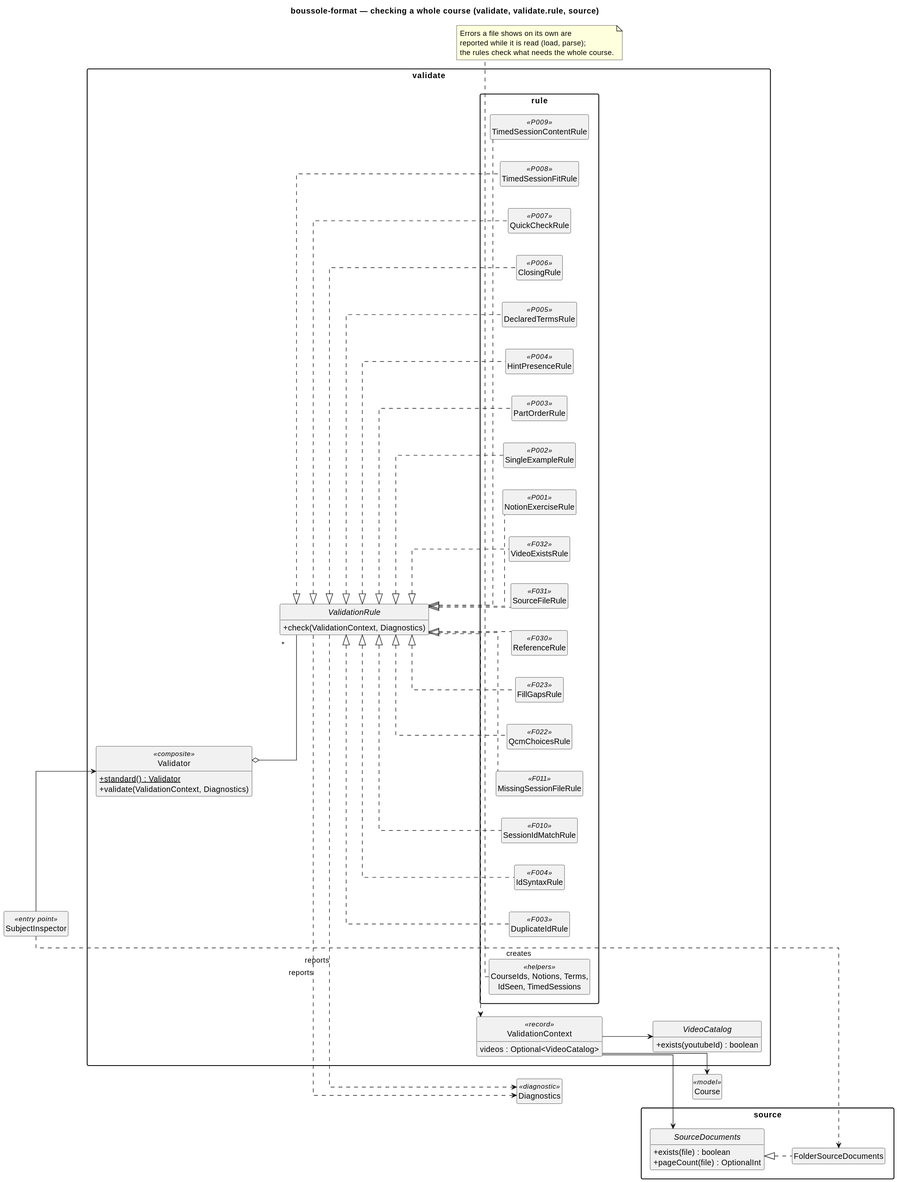
Above: docs/diagrams/31-validation.svg in lucasssoh/Boussole (PlantUML), before the change.
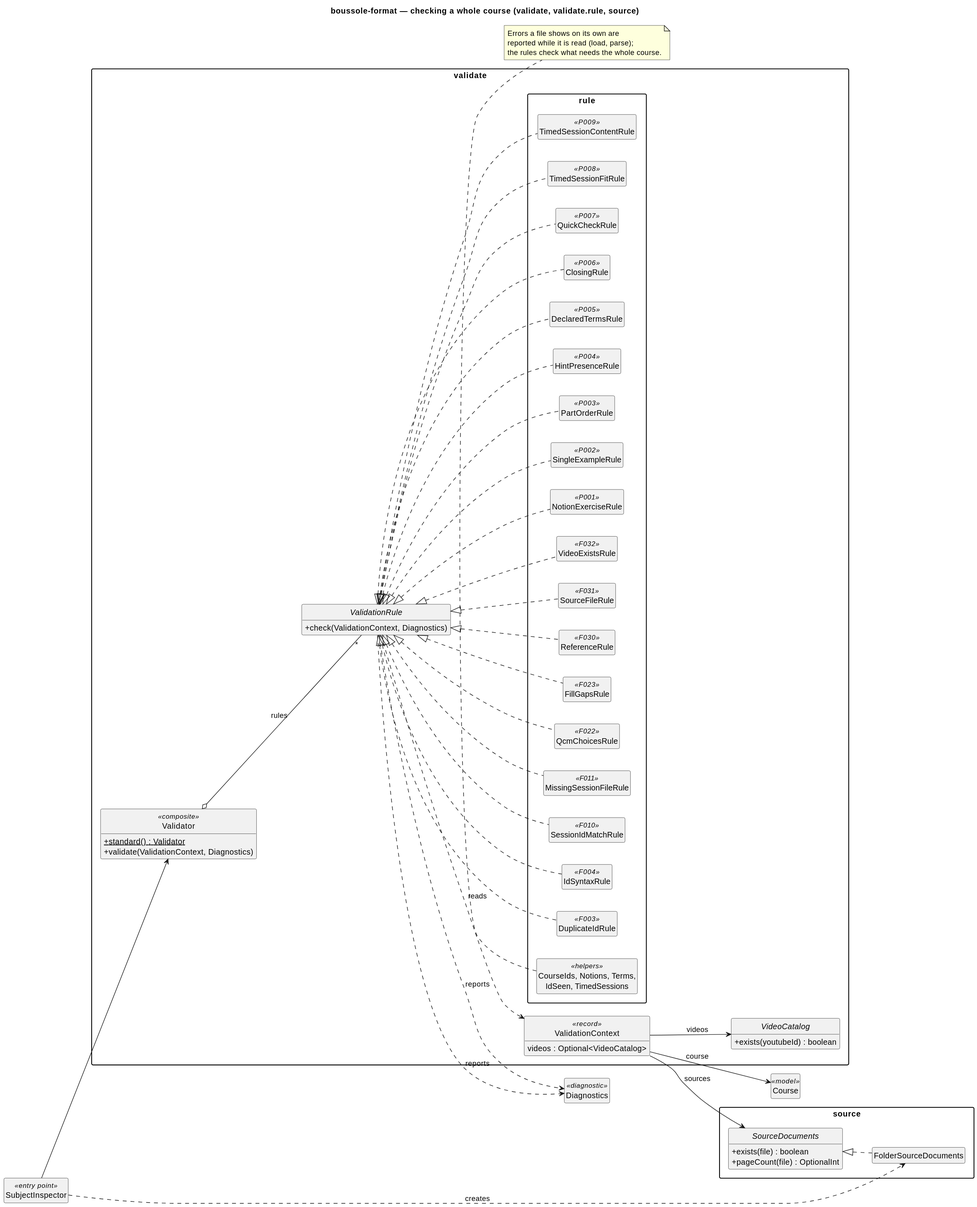
The same diagram one commit later.

Change to the diagram source:
```diff
@@ -1,7 +1,6 @@
 @startuml
 skinparam packageStyle rectangle
 skinparam classAttributeIconSize 0
-skinparam linetype ortho
 skinparam nodesep 40
 skinparam ranksep 50
 hide empty members
@@ -60,11 +59,11 @@
 
 SubjectInspector --> Validator
 SubjectInspector ..> FolderSourceDocuments : creates
-ValidationContext --> Course
-Validator o-- "*" ValidationRule
-ValidationRule ..> ValidationContext
-ValidationContext --> SourceDocuments
-ValidationContext --> VideoCatalog
+ValidationContext --> Course : course
+Validator o-- "*" ValidationRule : rules
+ValidationRule ..> ValidationContext : reads
+ValidationContext --> SourceDocuments : sources
+ValidationContext --> VideoCatalog : videos
 SourceDocuments <|.. FolderSourceDocuments
 ValidationRule <|.. DuplicateIdRule
 ValidationRule <|.. IdSyntaxRule
```
